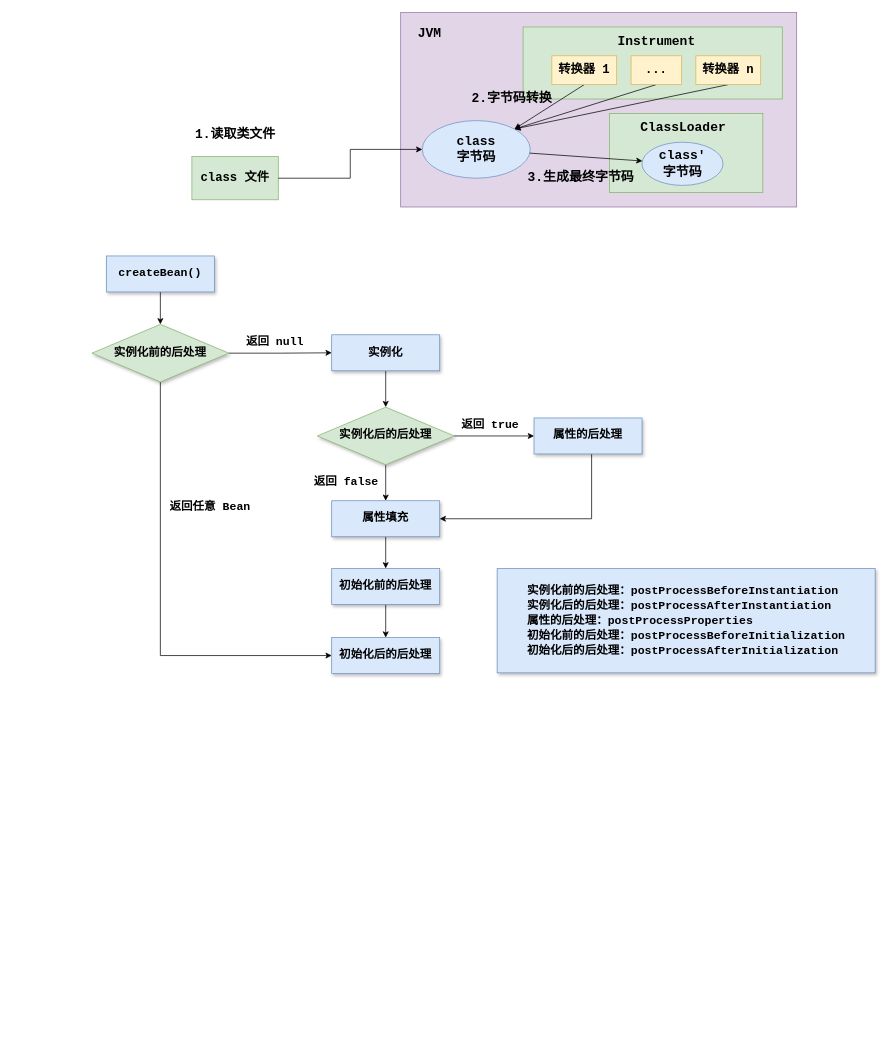
Above: spring.drawio in Ocsio/draw-io (draw.io), before the change. Source tidied: cells renumbered, new cells numbered last; positions are measured from the earlier drawing's top-left corner, leaving out a move shared by most shapes. Both pictures are drawn from the tidied source at 72%, with x=0, y=0 at pixel (91, 12).
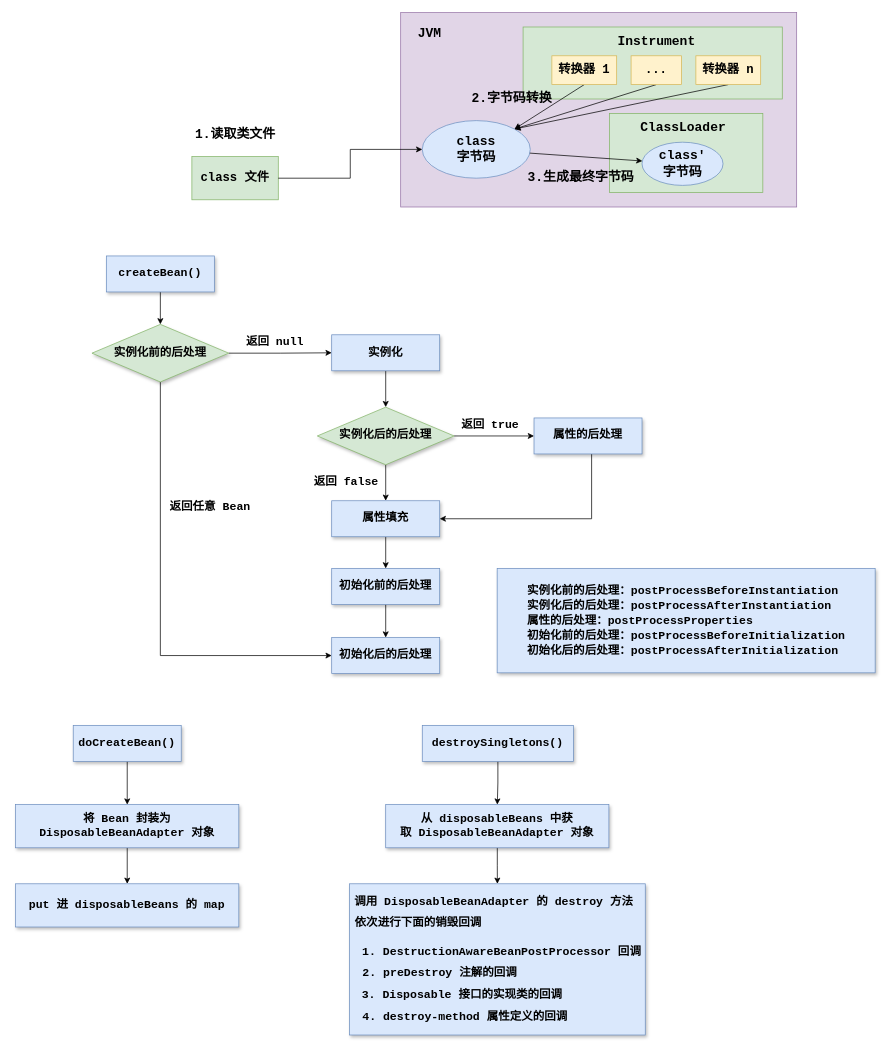
Above is the later version.

What changed in the source:
```diff
@@
+    <mxCell id="44" style="edgeStyle=orthogonalEdgeStyle;rounded=0;jettySize=auto;html=1;" parent="1" edge="1" source="45" target="47">
+      <mxGeometry relative="1" as="geometry" />
+    </mxCell>
+    <mxCell id="45" value="&lt;b&gt;&lt;font style=&quot;font-size: 16px;&quot; face=&quot;Courier New&quot;&gt;doCreateBean()&lt;/font&gt;&lt;/b&gt;" style="rounded=0;whiteSpace=wrap;html=1;fillColor=#dae8fc;strokeColor=#6c8ebf;shadow=1;" parent="1" vertex="1">
+      <mxGeometry x="-25.8" y="990" width="150" height="50" as="geometry" />
+    </mxCell>
+    <mxCell id="46" style="edgeStyle=orthogonalEdgeStyle;rounded=0;jettySize=auto;html=1;" parent="1" edge="1" source="47" target="48">
+      <mxGeometry relative="1" as="geometry" />
+    </mxCell>
+    <mxCell id="47" value="&lt;font face=&quot;Courier New&quot;&gt;&lt;span style=&quot;font-size: 16px;&quot;&gt;&lt;b&gt;将 Bean 封装为&lt;/b&gt;&lt;/span&gt;&lt;/font&gt;&lt;font size=&quot;1&quot; face=&quot;Courier New&quot;&gt;&lt;b style=&quot;font-size: 16px;&quot;&gt;DisposableBeanAdapter 对象&lt;/b&gt;&lt;/font&gt;" style="rounded=0;whiteSpace=wrap;html=1;fillColor=#dae8fc;strokeColor=#6c8ebf;shadow=1;" parent="1" vertex="1">
+      <mxGeometry x="-105.8" y="1100" width="310" height="60" as="geometry" />
+    </mxCell>
+    <mxCell id="48" value="&lt;font face=&quot;Courier New&quot;&gt;&lt;span style=&quot;font-size: 16px;&quot;&gt;&lt;b&gt;put 进 disposableBeans 的 map&lt;/b&gt;&lt;/span&gt;&lt;/font&gt;" style="rounded=0;whiteSpace=wrap;html=1;fillColor=#dae8fc;strokeColor=#6c8ebf;shadow=1;" parent="1" vertex="1">
+      <mxGeometry x="-105.8" y="1210" width="310" height="60" as="geometry" />
+    </mxCell>
+    <mxCell id="49" style="edgeStyle=orthogonalEdgeStyle;rounded=0;jettySize=auto;html=1;" parent="1" edge="1" source="50" target="52">
+      <mxGeometry relative="1" as="geometry" />
+    </mxCell>
+    <mxCell id="50" value="&lt;b style=&quot;&quot;&gt;&lt;font style=&quot;font-size: 16px;&quot; face=&quot;Courier New&quot;&gt;destroySingletons()&lt;/font&gt;&lt;/b&gt;" style="rounded=0;whiteSpace=wrap;html=1;fillColor=#dae8fc;strokeColor=#6c8ebf;shadow=1;" parent="1" vertex="1">
+      <mxGeometry x="459" y="990" width="210" height="50" as="geometry" />
+    </mxCell>
+    <mxCell id="51" style="edgeStyle=orthogonalEdgeStyle;rounded=0;jettySize=auto;html=1;entryX=0.5;entryY=0;entryDx=0;entryDy=0;" parent="1" edge="1" source="52" target="53">
+      <mxGeometry relative="1" as="geometry" />
+    </mxCell>
+    <mxCell id="52" value="&lt;font face=&quot;Courier New&quot;&gt;&lt;span style=&quot;font-size: 16px;&quot;&gt;&lt;b&gt;从 disposableBeans 中获取&amp;nbsp;&lt;/b&gt;&lt;/span&gt;&lt;/font&gt;&lt;b style=&quot;border-color: var(--border-color); font-family: &amp;quot;Courier New&amp;quot;; font-size: 16px;&quot;&gt;DisposableBeanAdapter 对象&lt;/b&gt;" style="rounded=0;whiteSpace=wrap;html=1;fillColor=#dae8fc;strokeColor=#6c8ebf;shadow=1;" parent="1" vertex="1">
+      <mxGeometry x="408.2" y="1100" width="310" height="60" as="geometry" />
+    </mxCell>
+    <mxCell id="53" style="rounded=0;whiteSpace=wrap;html=1;fillColor=#dae8fc;strokeColor=#6c8ebf;shadow=1;" parent="1" vertex="1">
+      <mxGeometry x="357.9" y="1210" width="410.8" height="210" as="geometry" />
+    </mxCell>
+    <mxCell id="54" value="&lt;b style=&quot;font-size: 16px;&quot;&gt;&lt;font style=&quot;border-color: var(--border-color); font-size: 16px;&quot; face=&quot;Courier New&quot;&gt;&lt;span style=&quot;border-color: var(--border-color);&quot;&gt;调用&amp;nbsp;&lt;/span&gt;&lt;/font&gt;&lt;span style=&quot;border-color: var(--border-color); font-family: &amp;quot;Courier New&amp;quot;; font-size: 16px;&quot;&gt;DisposableBeanAdapter 的 destroy 方法&lt;/span&gt;&lt;/b&gt;" style="text;html=1;align=center;verticalAlign=middle;strokeColor=none;fillColor=none;" parent="1" vertex="1">
+      <mxGeometry x="352.9" y="1220" width="410" height="30" as="geometry" />
+    </mxCell>
+    <mxCell id="55" value="&lt;font face=&quot;Courier New&quot;&gt;&lt;span style=&quot;font-size: 16px;&quot;&gt;&lt;b&gt;依次进行下面的销毁回调&lt;/b&gt;&lt;/span&gt;&lt;/font&gt;" style="text;html=1;align=center;verticalAlign=middle;strokeColor=none;fillColor=none;" parent="1" vertex="1">
+      <mxGeometry x="352.9" y="1250" width="200" height="30" as="geometry" />
+    </mxCell>
+    <mxCell id="56" value="&lt;font face=&quot;Courier New&quot;&gt;&lt;span style=&quot;font-size: 16px;&quot;&gt;&lt;b&gt;1. DestructionAwareBeanPostProcessor 回调&lt;/b&gt;&lt;/span&gt;&lt;/font&gt;" style="text;html=1;align=center;verticalAlign=middle;strokeColor=none;fillColor=none;" parent="1" vertex="1">
+      <mxGeometry x="363.6" y="1290" width="410" height="30" as="geometry" />
+    </mxCell>
+    <mxCell id="57" value="&lt;font face=&quot;Courier New&quot;&gt;&lt;span style=&quot;font-size: 16px;&quot;&gt;&lt;b&gt;2. preDestroy 注解的回调&lt;/b&gt;&lt;/span&gt;&lt;/font&gt;" style="text;html=1;align=center;verticalAlign=middle;strokeColor=none;fillColor=none;" parent="1" vertex="1">
+      <mxGeometry x="362.9" y="1320" width="240" height="30" as="geometry" />
+    </mxCell>
+    <mxCell id="58" value="&lt;font face=&quot;Courier New&quot;&gt;&lt;span style=&quot;font-size: 16px;&quot;&gt;&lt;b&gt;3. Disposable 接口的实现类的回调&lt;/b&gt;&lt;/span&gt;&lt;/font&gt;" style="text;html=1;align=center;verticalAlign=middle;strokeColor=none;fillColor=none;" parent="1" vertex="1">
+      <mxGeometry x="363.6" y="1350" width="300" height="30" as="geometry" />
+    </mxCell>
+    <mxCell id="59" value="&lt;font face=&quot;Courier New&quot;&gt;&lt;span style=&quot;font-size: 16px;&quot;&gt;&lt;b&gt;4. destroy-method 属性定义的回调&lt;/b&gt;&lt;/span&gt;&lt;/font&gt;" style="text;html=1;align=center;verticalAlign=middle;strokeColor=none;fillColor=none;" parent="1" vertex="1">
+      <mxGeometry x="362.9" y="1380" width="310" height="30" as="geometry" />
+    </mxCell>
```
